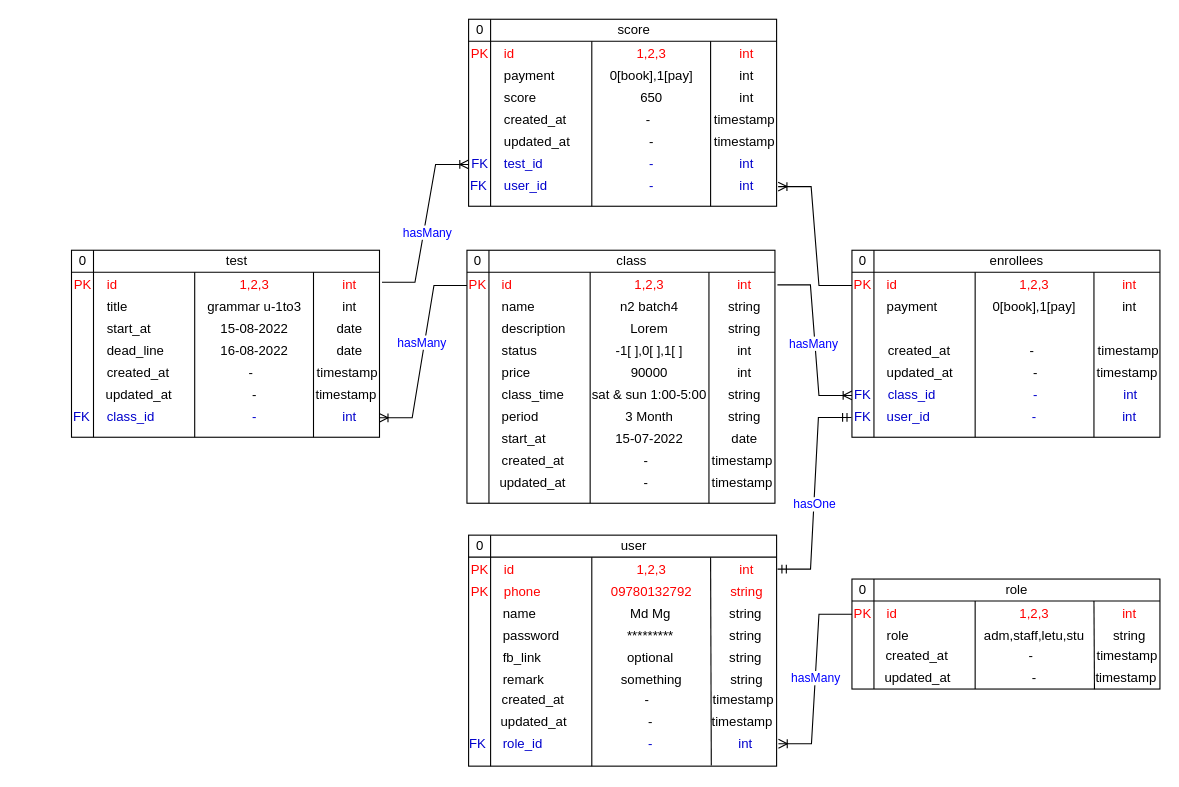
Above: language_center.drawio in arkarMannAung/app.diagrams.net (draw.io), before the change. Source tidied: cells renumbered, new cells numbered last; positions are measured from the earlier drawing's top-left corner, leaving out a move shared by most shapes. Both pictures are drawn from the tidied source at 110%, with x=0, y=0 at pixel (70, 19).
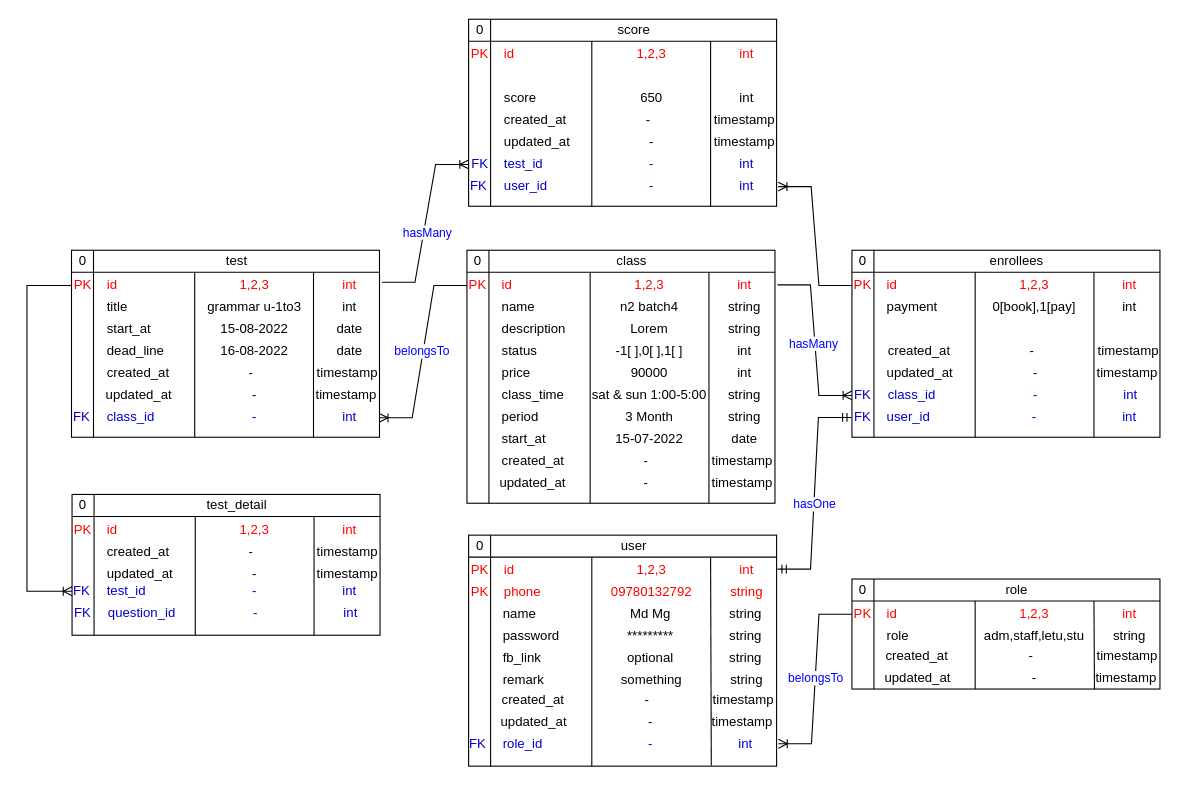
Above is the later version.

Unchanged cells that the change refers to:
```xml
<mxCell id="122" style="edgeStyle=entityRelationEdgeStyle;fontSize=12;html=1;endArrow=ERoneToMany;rounded=0;fontColor=#0000FF;exitX=0;exitY=0.5;exitDx=0;exitDy=0;entryX=1.006;entryY=0.903;entryDx=0;entryDy=0;entryPerimeter=0;" parent="1" edge="1" source="95" target="64">
  <mxGeometry relative="1" as="geometry" />
</mxCell>
<mxCell id="127" value="PK" style="text;html=1;strokeColor=none;fillColor=none;align=center;verticalAlign=middle;whiteSpace=wrap;rounded=0;fontColor=#FF0000;" parent="1" vertex="1">
  <mxGeometry x="0.5" y="232" width="20" height="20" as="geometry" />
</mxCell>
<mxCell id="149" style="edgeStyle=entityRelationEdgeStyle;fontSize=12;html=1;endArrow=ERoneToMany;rounded=0;fontColor=#0000FF;exitX=0;exitY=0.5;exitDx=0;exitDy=0;entryX=0.999;entryY=0.896;entryDx=0;entryDy=0;entryPerimeter=0;" parent="1" edge="1" source="5" target="124">
  <mxGeometry relative="1" as="geometry" />
</mxCell>
```

Diff of the diagram source:
```diff
@@
-    <mxCell id="123" value="hasMany" style="edgeLabel;html=1;align=center;verticalAlign=middle;fontColor=#0000FF;" parent="122" vertex="1">
+    <mxCell id="123" value="&lt;span&gt;belongsTo&lt;/span&gt;" style="edgeLabel;html=1;align=center;verticalAlign=middle;fontColor=#0000FF;" parent="122" vertex="1">
       <mxGeometry x="-0.01" relative="1" as="geometry" />
     </mxCell>
@@
-    <mxCell id="150" value="hasMany" style="edgeLabel;html=1;align=center;verticalAlign=middle;fontColor=#0000FF;" parent="149" vertex="1">
-      <mxGeometry x="-0.09" y="-3" relative="1" as="geometry" />
+    <mxCell id="150" value="&lt;span&gt;belongsTo&lt;/span&gt;" style="edgeLabel;html=1;align=center;verticalAlign=middle;fontColor=#0000FF;" parent="149" vertex="1">
+      <mxGeometry x="-0.09" y="-3" relative="1" as="geometry">
+        <mxPoint y="8" as="offset" />
+      </mxGeometry>
     </mxCell>
@@
-    <mxCell id="163" value="payment" style="text;html=1;strokeColor=none;fillColor=none;align=left;verticalAlign=middle;whiteSpace=wrap;rounded=0;fontColor=#000000;" parent="1" vertex="1">
-      <mxGeometry x="391.5" y="42" width="90" height="20" as="geometry" />
-    </mxCell>
-    <mxCell id="164" value="0[book],1[pay]" style="text;html=1;strokeColor=none;fillColor=none;align=center;verticalAlign=middle;whiteSpace=wrap;rounded=0;fontColor=#000000;" parent="1" vertex="1">
-      <mxGeometry x="477.5" y="42" width="100" height="20" as="geometry" />
-    </mxCell>
@@
-    <mxCell id="167" value="int" style="text;html=1;strokeColor=none;fillColor=none;align=center;verticalAlign=middle;whiteSpace=wrap;rounded=0;fontColor=#000000;" parent="1" vertex="1">
-      <mxGeometry x="589.5" y="42" width="49" height="20" as="geometry" />
-    </mxCell>
@@
+    <mxCell id="186" style="shape=internalStorage;whiteSpace=wrap;html=1;backgroundOutline=1;" parent="1" vertex="1">
+      <mxGeometry x="1" y="432" width="280" height="128" as="geometry" />
+    </mxCell>
+    <mxCell id="187" value="0" style="text;html=1;strokeColor=none;fillColor=none;align=center;verticalAlign=middle;whiteSpace=wrap;rounded=0;" parent="1" vertex="1">
+      <mxGeometry x="1" y="432" width="20" height="20" as="geometry" />
+    </mxCell>
+    <mxCell id="188" value="test_detail" style="text;html=1;strokeColor=none;fillColor=none;align=center;verticalAlign=middle;whiteSpace=wrap;rounded=0;" parent="1" vertex="1">
+      <mxGeometry x="21" y="432" width="260" height="20" as="geometry" />
+    </mxCell>
+    <mxCell id="189" value="PK" style="text;html=1;strokeColor=none;fillColor=none;align=center;verticalAlign=middle;whiteSpace=wrap;rounded=0;fontColor=#FF0000;" parent="1" vertex="1">
+      <mxGeometry x="1" y="454" width="20" height="20" as="geometry" />
+    </mxCell>
+    <mxCell id="190" value="id" style="text;html=1;strokeColor=none;fillColor=none;align=left;verticalAlign=middle;whiteSpace=wrap;rounded=0;fontColor=#FF0000;" parent="1" vertex="1">
+      <mxGeometry x="31" y="454" width="90" height="20" as="geometry" />
+    </mxCell>
+    <mxCell id="191" value="1,2,3" style="text;html=1;strokeColor=none;fillColor=none;align=center;verticalAlign=middle;whiteSpace=wrap;rounded=0;fontColor=#FF0000;" parent="1" vertex="1">
+      <mxGeometry x="117" y="454" width="100" height="20" as="geometry" />
+    </mxCell>
+    <mxCell id="192" style="endArrow=none;html=1;rounded=0;fontColor=#3333FF;" parent="1" edge="1">
+      <mxGeometry relative="1" as="geometry">
+        <mxPoint x="221" y="560" as="sourcePoint" />
+        <mxPoint x="221" y="452" as="targetPoint" />
+      </mxGeometry>
+    </mxCell>
+    <mxCell id="193" value="int" style="text;html=1;strokeColor=none;fillColor=none;align=center;verticalAlign=middle;whiteSpace=wrap;rounded=0;fontColor=#FF0000;" parent="1" vertex="1">
+      <mxGeometry x="229" y="454" width="49" height="20" as="geometry" />
+    </mxCell>
+    <mxCell id="194" style="endArrow=none;html=1;rounded=0;fontColor=#3333FF;exitX=0.4;exitY=1;exitDx=0;exitDy=0;exitPerimeter=0;" parent="1" edge="1" source="186">
+      <mxGeometry relative="1" as="geometry">
+        <mxPoint x="113" y="452" as="targetPoint" />
+      </mxGeometry>
+    </mxCell>
+    <mxCell id="195" value="created_at" style="text;html=1;strokeColor=none;fillColor=none;align=left;verticalAlign=middle;whiteSpace=wrap;rounded=0;fontColor=#000000;" parent="1" vertex="1">
+      <mxGeometry x="31.2" y="474" width="90" height="20" as="geometry" />
+    </mxCell>
+    <mxCell id="196" value="-" style="text;html=1;strokeColor=none;fillColor=none;align=center;verticalAlign=middle;whiteSpace=wrap;rounded=0;fontColor=#000000;" parent="1" vertex="1">
+      <mxGeometry x="104.2" y="474" width="120" height="20" as="geometry" />
+    </mxCell>
+    <mxCell id="197" value="timestamp" style="text;html=1;strokeColor=none;fillColor=none;align=center;verticalAlign=middle;whiteSpace=wrap;rounded=0;fontColor=#000000;" parent="1" vertex="1">
+      <mxGeometry x="227.2" y="474" width="49" height="20" as="geometry" />
+    </mxCell>
+    <mxCell id="198" value="updated_at" style="text;html=1;strokeColor=none;fillColor=none;align=left;verticalAlign=middle;whiteSpace=wrap;rounded=0;fontColor=#000000;" parent="1" vertex="1">
+      <mxGeometry x="30.8" y="494" width="90" height="20" as="geometry" />
+    </mxCell>
+    <mxCell id="199" value="-" style="text;html=1;strokeColor=none;fillColor=none;align=center;verticalAlign=middle;whiteSpace=wrap;rounded=0;fontColor=#000000;" parent="1" vertex="1">
+      <mxGeometry x="107.2" y="494" width="120" height="20" as="geometry" />
+    </mxCell>
+    <mxCell id="200" value="timestamp" style="text;html=1;strokeColor=none;fillColor=none;align=center;verticalAlign=middle;whiteSpace=wrap;rounded=0;fontColor=#000000;" parent="1" vertex="1">
+      <mxGeometry x="226.8" y="494" width="49" height="20" as="geometry" />
+    </mxCell>
+    <mxCell id="201" value="test_id" style="text;html=1;strokeColor=none;fillColor=none;align=left;verticalAlign=middle;whiteSpace=wrap;rounded=0;fontColor=#0000CC;" parent="1" vertex="1">
+      <mxGeometry x="30.5" y="509.9" width="90" height="20" as="geometry" />
+    </mxCell>
+    <mxCell id="202" value="-" style="text;html=1;strokeColor=none;fillColor=none;align=center;verticalAlign=middle;whiteSpace=wrap;rounded=0;fontColor=#0000CC;" parent="1" vertex="1">
+      <mxGeometry x="116.5" y="509.9" width="100" height="20" as="geometry" />
+    </mxCell>
+    <mxCell id="203" value="int" style="text;html=1;strokeColor=none;fillColor=none;align=center;verticalAlign=middle;whiteSpace=wrap;rounded=0;fontColor=#0000CC;" parent="1" vertex="1">
+      <mxGeometry x="228.5" y="509.9" width="49" height="20" as="geometry" />
+    </mxCell>
+    <mxCell id="204" value="FK" style="text;html=1;strokeColor=none;fillColor=none;align=center;verticalAlign=middle;whiteSpace=wrap;rounded=0;fontColor=#0000CC;" parent="1" vertex="1">
+      <mxGeometry y="509.9" width="20" height="20" as="geometry" />
+    </mxCell>
+    <mxCell id="205" value="question_id" style="text;html=1;strokeColor=none;fillColor=none;align=left;verticalAlign=middle;whiteSpace=wrap;rounded=0;fontColor=#0000CC;" parent="1" vertex="1">
+      <mxGeometry x="31.5" y="529.9" width="90" height="20" as="geometry" />
+    </mxCell>
+    <mxCell id="206" value="-" style="text;html=1;strokeColor=none;fillColor=none;align=center;verticalAlign=middle;whiteSpace=wrap;rounded=0;fontColor=#0000CC;" parent="1" vertex="1">
+      <mxGeometry x="117.5" y="529.9" width="100" height="20" as="geometry" />
+    </mxCell>
+    <mxCell id="207" value="int" style="text;html=1;strokeColor=none;fillColor=none;align=center;verticalAlign=middle;whiteSpace=wrap;rounded=0;fontColor=#0000CC;" parent="1" vertex="1">
+      <mxGeometry x="229.5" y="529.9" width="49" height="20" as="geometry" />
+    </mxCell>
+    <mxCell id="208" value="FK" style="text;html=1;strokeColor=none;fillColor=none;align=center;verticalAlign=middle;whiteSpace=wrap;rounded=0;fontColor=#0000CC;" parent="1" vertex="1">
+      <mxGeometry x="1" y="529.9" width="20" height="20" as="geometry" />
+    </mxCell>
+    <mxCell id="209" style="edgeStyle=orthogonalEdgeStyle;fontSize=12;html=1;endArrow=ERoneToMany;rounded=0;fontColor=#0000FF;exitX=0;exitY=0.5;exitDx=0;exitDy=0;" parent="1" edge="1" source="127">
+      <mxGeometry relative="1" as="geometry">
+        <mxPoint x="1" y="520" as="targetPoint" />
+        <Array as="points">
+          <mxPoint x="-40" y="242" />
+          <mxPoint x="-40" y="520" />
+          <mxPoint y="520" />
+        </Array>
+      </mxGeometry>
+    </mxCell>
```
